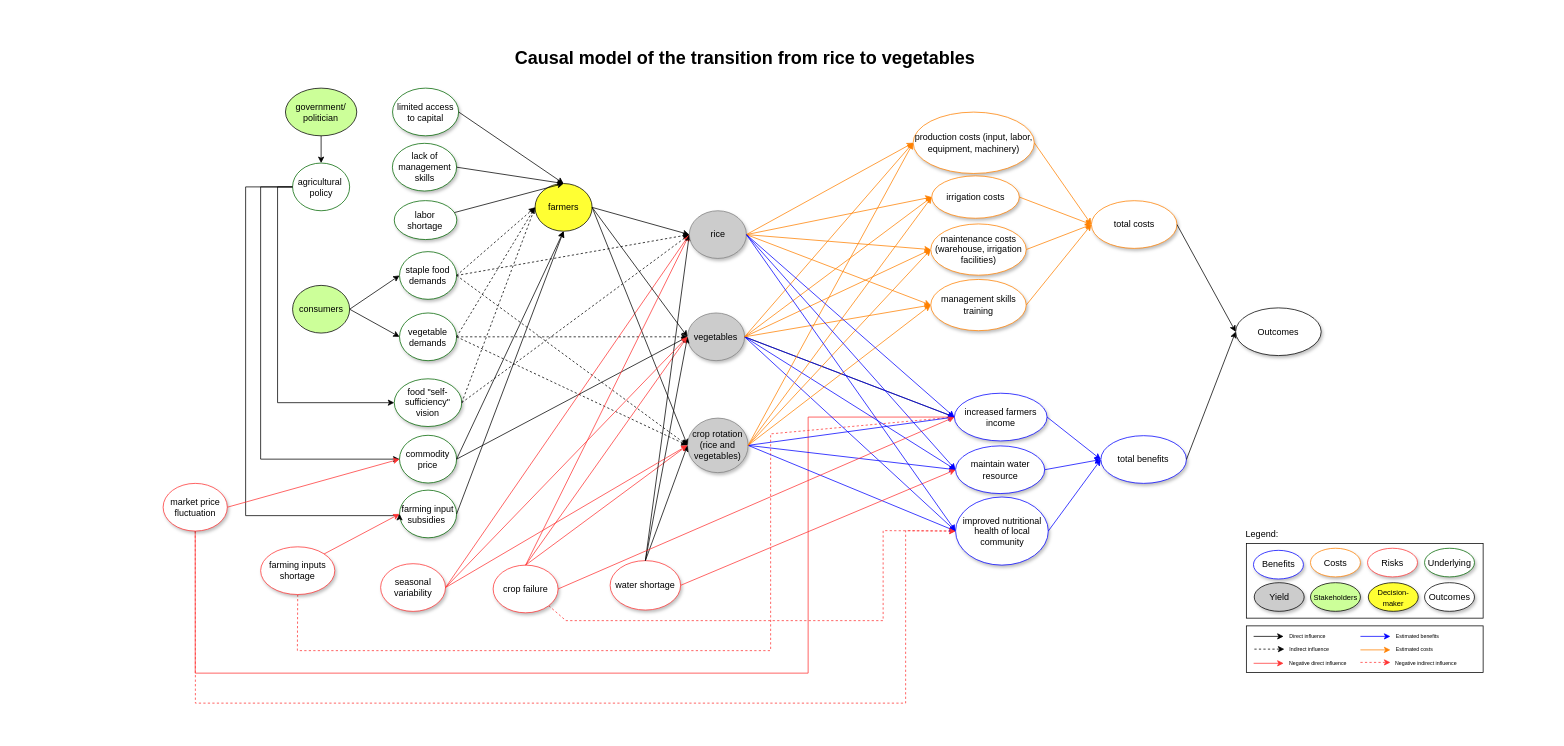
Above: page "causal model" (2 of 3) of impact pathway.drawio in noviriasyifaunnafsi/transition-from-rice-to-vegetables (draw.io), before the change. Source tidied: cells renumbered, new cells numbered last; positions are measured from the earlier drawing's top-left corner, leaving out a move shared by most shapes. Both pictures are drawn from the tidied source at 75%, with x=0, y=0 at pixel (163, 43).
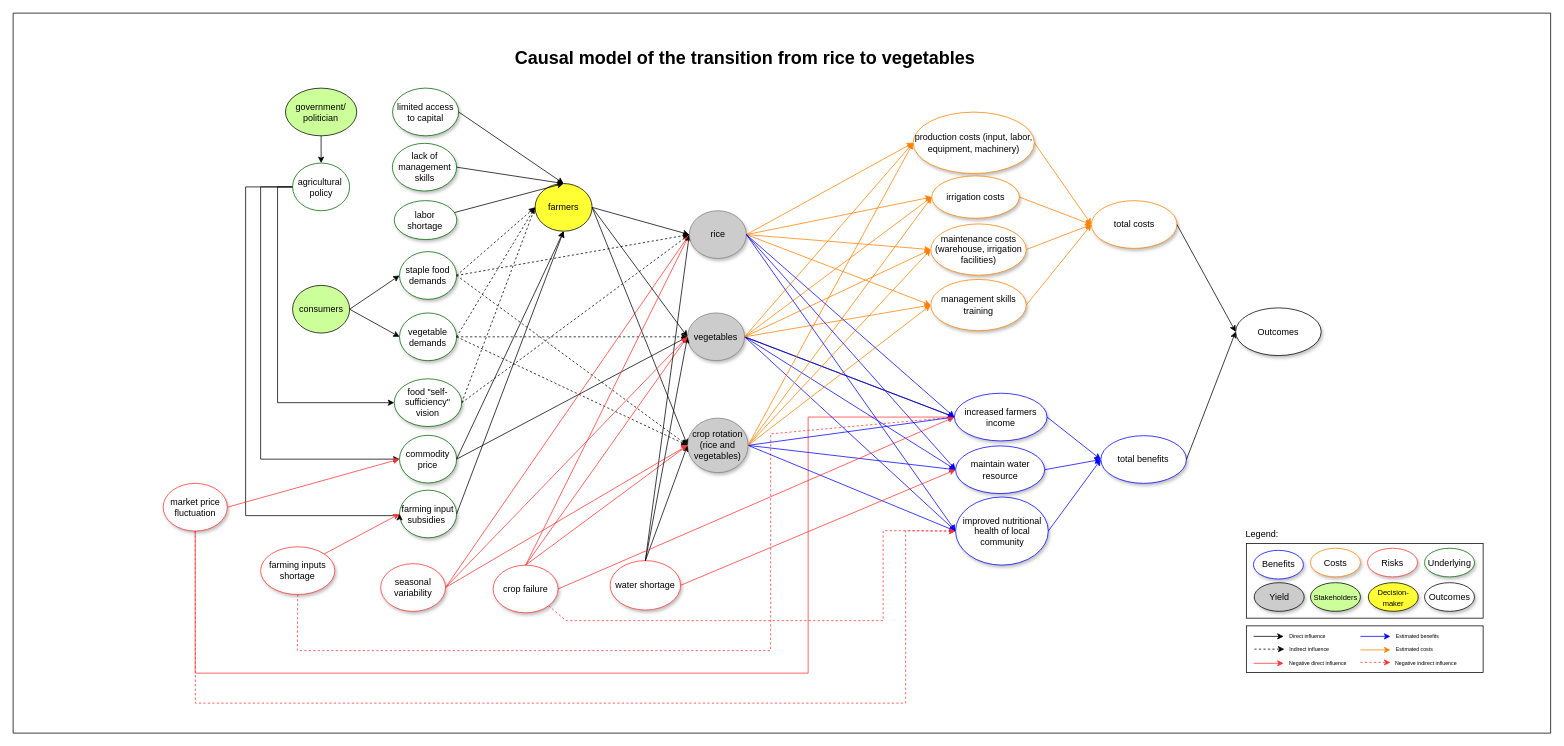
Above is the later version.

Change to the diagram source:
```diff
@@
+    <mxCell id="129" style="swimlane;startSize=0;" parent="1" vertex="1">
+      <mxGeometry x="-200" y="-40" width="2050" height="960" as="geometry" />
+    </mxCell>
```
